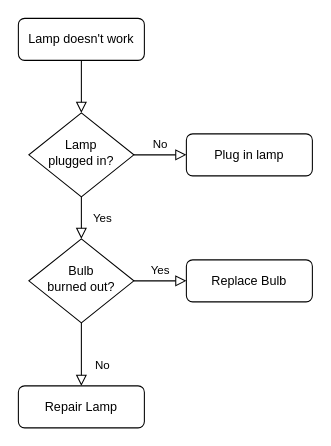
Above: Untitled Diagram.drawio in RileyWClarke/fftpca_note (draw.io), before the change. Source tidied: cells renumbered, new cells numbered last; positions are measured from the earlier drawing's top-left corner, leaving out a move shared by most shapes. Both pictures are drawn from the tidied source at 105%, with x=0, y=0 at pixel (18, 18).
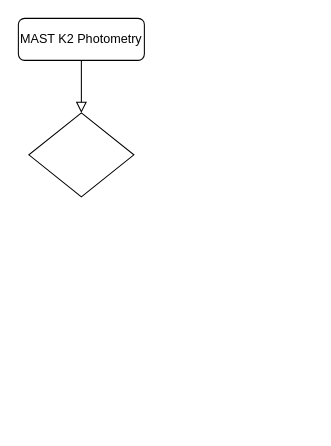
The same diagram, later.

What changed in the source:
```diff
@@
 <mxGraphModel>
   <root>
     <mxCell id="0" />
     <mxCell id="1" parent="0" />
     <mxCell id="2" style="rounded=0;html=1;jettySize=auto;fontSize=11;endArrow=block;endFill=0;endSize=8;strokeWidth=1;shadow=0;labelBackgroundColor=none;edgeStyle=orthogonalEdgeStyle;" parent="1" edge="1" source="3" target="6">
       <mxGeometry relative="1" as="geometry" />
     </mxCell>
-    <mxCell id="3" value="Lamp doesn't work" style="rounded=1;whiteSpace=wrap;html=1;fontSize=12;glass=0;strokeWidth=1;shadow=0;" parent="1" vertex="1">
+    <mxCell id="3" value="MAST K2 Photometry" style="rounded=1;whiteSpace=wrap;html=1;fontSize=12;glass=0;strokeWidth=1;shadow=0;" parent="1" vertex="1">
       <mxGeometry width="120" height="40" as="geometry" />
     </mxCell>
-    <mxCell id="4" value="Yes" style="rounded=0;html=1;jettySize=auto;fontSize=11;endArrow=block;endFill=0;endSize=8;strokeWidth=1;shadow=0;labelBackgroundColor=none;edgeStyle=orthogonalEdgeStyle;" parent="1" edge="1" source="6" target="10">
-      <mxGeometry y="20" relative="1" as="geometry" />
-    </mxCell>
-    <mxCell id="5" value="No" style="edgeStyle=orthogonalEdgeStyle;rounded=0;html=1;jettySize=auto;fontSize=11;endArrow=block;endFill=0;endSize=8;strokeWidth=1;shadow=0;labelBackgroundColor=none;" parent="1" edge="1" source="6" target="7">
-      <mxGeometry y="10" relative="1" as="geometry" />
-    </mxCell>
-    <mxCell id="6" value="Lamp&lt;br&gt;plugged in?" style="rhombus;whiteSpace=wrap;html=1;shadow=0;fontFamily=Helvetica;fontSize=12;align=center;strokeWidth=1;spacing=6;spacingTop=-4;" parent="1" vertex="1">
+    <mxCell id="6" style="rhombus;whiteSpace=wrap;html=1;shadow=0;fontFamily=Helvetica;fontSize=12;align=center;strokeWidth=1;spacing=6;spacingTop=-4;" parent="1" vertex="1">
       <mxGeometry x="10" y="90" width="100" height="80" as="geometry" />
     </mxCell>
-    <mxCell id="7" value="Plug in lamp" style="rounded=1;whiteSpace=wrap;html=1;fontSize=12;glass=0;strokeWidth=1;shadow=0;" parent="1" vertex="1">
-      <mxGeometry x="160" y="110" width="120" height="40" as="geometry" />
-    </mxCell>
-    <mxCell id="8" value="No" style="rounded=0;html=1;jettySize=auto;fontSize=11;endArrow=block;endFill=0;endSize=8;strokeWidth=1;shadow=0;labelBackgroundColor=none;edgeStyle=orthogonalEdgeStyle;" parent="1" edge="1" source="10" target="11">
-      <mxGeometry x="0.33" y="20" relative="1" as="geometry" />
-    </mxCell>
-    <mxCell id="9" value="Yes" style="edgeStyle=orthogonalEdgeStyle;rounded=0;html=1;jettySize=auto;fontSize=11;endArrow=block;endFill=0;endSize=8;strokeWidth=1;shadow=0;labelBackgroundColor=none;" parent="1" edge="1" source="10" target="12">
-      <mxGeometry y="10" relative="1" as="geometry" />
-    </mxCell>
-    <mxCell id="10" value="Bulb&lt;br&gt;burned out?" style="rhombus;whiteSpace=wrap;html=1;shadow=0;fontFamily=Helvetica;fontSize=12;align=center;strokeWidth=1;spacing=6;spacingTop=-4;" parent="1" vertex="1">
-      <mxGeometry x="10" y="210" width="100" height="80" as="geometry" />
-    </mxCell>
-    <mxCell id="11" value="Repair Lamp" style="rounded=1;whiteSpace=wrap;html=1;fontSize=12;glass=0;strokeWidth=1;shadow=0;" parent="1" vertex="1">
-      <mxGeometry y="350" width="120" height="40" as="geometry" />
-    </mxCell>
-    <mxCell id="12" value="Replace Bulb" style="rounded=1;whiteSpace=wrap;html=1;fontSize=12;glass=0;strokeWidth=1;shadow=0;" parent="1" vertex="1">
-      <mxGeometry x="160" y="230" width="120" height="40" as="geometry" />
-    </mxCell>
   </root>
 </mxGraphModel>
```
